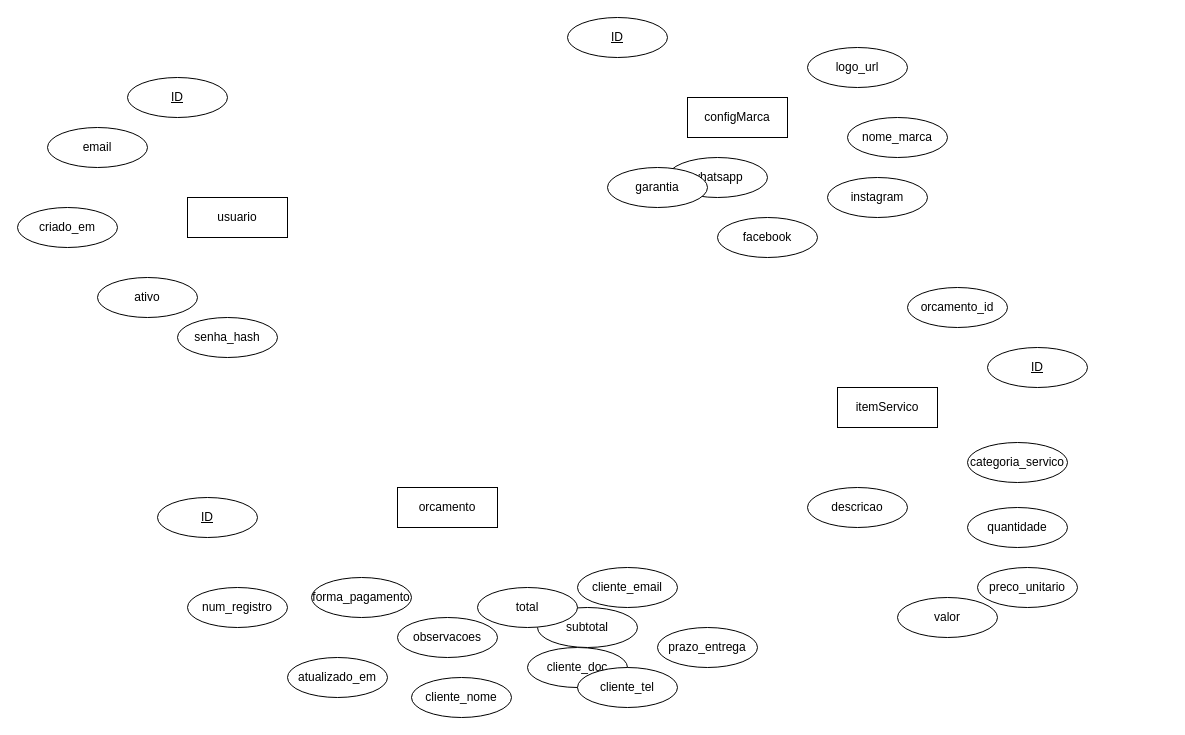
budkee/gestor_servicos keeps this draw.io diagram as page "modelagem_conceitual" (1 of 2) of modelagem.drawio. Above is the earlier version. Source tidied: cells renumbered, new cells numbered last; positions are measured from the earlier drawing's top-left corner, leaving out a move shared by most shapes. Both pictures are drawn from the tidied source at 100%, with x=0, y=0 at pixel (17, 17).
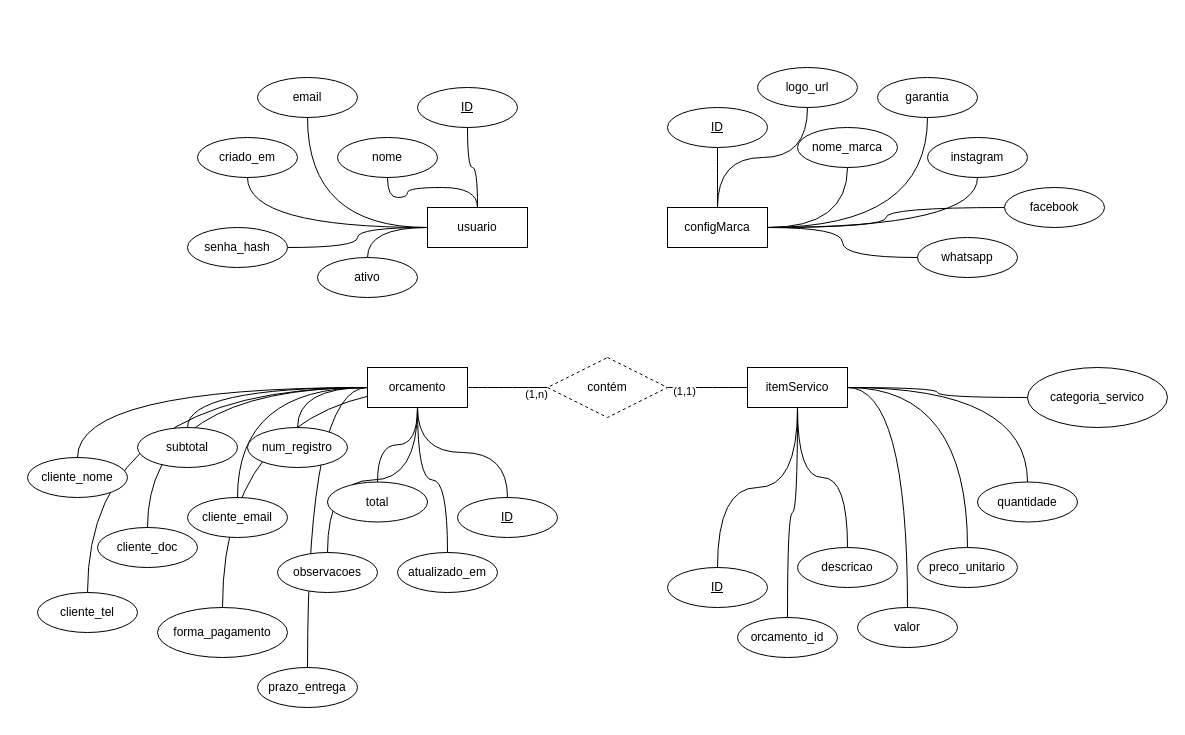
The same page after the edit.

The edit, as a diff of the source:
```diff
@@
+    <mxCell id="37" style="edgeStyle=orthogonalEdgeStyle;rounded=0;jettySize=auto;html=1;endArrow=none;endFill=0;curved=1;" parent="1" edge="1" source="2" target="5">
+      <mxGeometry relative="1" as="geometry" />
+    </mxCell>
+    <mxCell id="38" style="edgeStyle=orthogonalEdgeStyle;curved=1;rounded=0;jettySize=auto;html=1;endArrow=none;endFill=0;" parent="1" edge="1" source="2" target="8">
+      <mxGeometry relative="1" as="geometry" />
+    </mxCell>
+    <mxCell id="39" style="edgeStyle=orthogonalEdgeStyle;curved=1;rounded=0;jettySize=auto;html=1;endArrow=none;endFill=0;" parent="1" edge="1" source="2" target="9">
+      <mxGeometry relative="1" as="geometry" />
+    </mxCell>
+    <mxCell id="40" style="edgeStyle=orthogonalEdgeStyle;curved=1;rounded=0;jettySize=auto;html=1;entryX=0.5;entryY=1;entryDx=0;entryDy=0;endArrow=none;endFill=0;" parent="1" edge="1" source="2" target="10">
+      <mxGeometry relative="1" as="geometry" />
+    </mxCell>
+    <mxCell id="41" style="edgeStyle=orthogonalEdgeStyle;curved=1;rounded=0;jettySize=auto;html=1;endArrow=none;endFill=0;" parent="1" edge="1" source="2" target="11">
+      <mxGeometry relative="1" as="geometry" />
+    </mxCell>
+    <mxCell id="42" style="edgeStyle=orthogonalEdgeStyle;shape=wire;curved=1;rounded=0;jettySize=auto;html=1;entryX=0.5;entryY=1;entryDx=0;entryDy=0;dashed=1;endArrow=none;endFill=0;" parent="1" edge="1" source="2" target="74">
+      <mxGeometry relative="1" as="geometry" />
+    </mxCell>
     <mxCell id="2" value="usuario" style="whiteSpace=wrap;html=1;align=center;" parent="1" vertex="1">
-      <mxGeometry x="170" y="180" width="100" height="40" as="geometry" />
+      <mxGeometry x="410" y="190" width="100" height="40" as="geometry" />
     </mxCell>
+    <mxCell id="43" style="edgeStyle=orthogonalEdgeStyle;shape=wire;curved=1;rounded=0;jettySize=auto;html=1;dashed=1;endArrow=none;endFill=0;" parent="1" edge="1" source="3" target="6">
+      <mxGeometry relative="1" as="geometry" />
+    </mxCell>
+    <mxCell id="44" style="edgeStyle=orthogonalEdgeStyle;shape=wire;curved=1;rounded=0;jettySize=auto;html=1;dashed=1;endArrow=none;endFill=0;" parent="1" edge="1" source="3" target="16">
+      <mxGeometry relative="1" as="geometry" />
+    </mxCell>
+    <mxCell id="45" style="edgeStyle=orthogonalEdgeStyle;shape=wire;curved=1;rounded=0;jettySize=auto;html=1;dashed=1;endArrow=none;endFill=0;" parent="1" edge="1" target="18">
+      <mxGeometry relative="1" as="geometry">
+        <mxPoint x="430" y="370" as="sourcePoint" />
+      </mxGeometry>
+    </mxCell>
+    <mxCell id="46" style="edgeStyle=orthogonalEdgeStyle;shape=wire;curved=1;rounded=0;jettySize=auto;html=1;dashed=1;endArrow=none;endFill=0;" parent="1" edge="1" source="3" target="19">
+      <mxGeometry relative="1" as="geometry" />
+    </mxCell>
+    <mxCell id="47" style="edgeStyle=orthogonalEdgeStyle;shape=wire;curved=1;rounded=0;jettySize=auto;html=1;dashed=1;endArrow=none;endFill=0;" parent="1" edge="1" source="3" target="13">
+      <mxGeometry relative="1" as="geometry" />
+    </mxCell>
+    <mxCell id="48" style="edgeStyle=orthogonalEdgeStyle;shape=wire;curved=1;rounded=0;jettySize=auto;html=1;dashed=1;endArrow=none;endFill=0;" parent="1" edge="1" source="3" target="12">
+      <mxGeometry relative="1" as="geometry" />
+    </mxCell>
+    <mxCell id="49" style="edgeStyle=orthogonalEdgeStyle;shape=wire;curved=1;rounded=0;jettySize=auto;html=1;dashed=1;endArrow=none;endFill=0;" parent="1" edge="1" source="3" target="22">
+      <mxGeometry relative="1" as="geometry" />
+    </mxCell>
+    <mxCell id="50" style="edgeStyle=orthogonalEdgeStyle;shape=wire;curved=1;rounded=0;jettySize=auto;html=1;dashed=1;endArrow=none;endFill=0;" parent="1" edge="1" source="3" target="21">
+      <mxGeometry relative="1" as="geometry" />
+    </mxCell>
+    <mxCell id="51" style="edgeStyle=orthogonalEdgeStyle;shape=wire;curved=1;rounded=0;jettySize=auto;html=1;dashed=1;endArrow=none;endFill=0;" parent="1" edge="1" source="3" target="14">
+      <mxGeometry relative="1" as="geometry" />
+    </mxCell>
+    <mxCell id="52" style="edgeStyle=orthogonalEdgeStyle;shape=wire;curved=1;rounded=0;jettySize=auto;html=1;dashed=1;endArrow=none;endFill=0;" parent="1" edge="1" source="3" target="20">
+      <mxGeometry relative="1" as="geometry" />
+    </mxCell>
+    <mxCell id="53" style="edgeStyle=orthogonalEdgeStyle;shape=wire;curved=1;rounded=0;jettySize=auto;html=1;dashed=1;endArrow=none;endFill=0;" parent="1" edge="1" source="3" target="17">
+      <mxGeometry relative="1" as="geometry" />
+    </mxCell>
+    <mxCell id="54" style="edgeStyle=orthogonalEdgeStyle;shape=wire;curved=1;rounded=0;jettySize=auto;html=1;dashed=1;endArrow=none;endFill=0;" parent="1" edge="1" source="3" target="15">
+      <mxGeometry relative="1" as="geometry" />
+    </mxCell>
+    <mxCell id="55" style="edgeStyle=orthogonalEdgeStyle;shape=wire;curved=1;rounded=0;jettySize=auto;html=1;entryX=0;entryY=0.5;entryDx=0;entryDy=0;dashed=1;endArrow=none;endFill=0;" parent="1" edge="1" source="3" target="73">
+      <mxGeometry relative="1" as="geometry" />
+    </mxCell>
+    <mxCell id="56" value="(1,n)" style="edgeLabel;html=1;align=center;verticalAlign=middle;dashed=1;" parent="55" vertex="1">
+      <mxGeometry x="0.7" y="-6" relative="1" as="geometry" />
+    </mxCell>
     <mxCell id="3" value="orcamento" style="whiteSpace=wrap;html=1;align=center;" parent="1" vertex="1">
-      <mxGeometry x="380" y="470" width="100" height="40" as="geometry" />
+      <mxGeometry x="350" y="350" width="100" height="40" as="geometry" />
     </mxCell>
+    <mxCell id="57" style="edgeStyle=orthogonalEdgeStyle;shape=wire;curved=1;rounded=0;jettySize=auto;html=1;dashed=1;endArrow=none;endFill=0;" parent="1" edge="1" source="4" target="7">
+      <mxGeometry relative="1" as="geometry" />
+    </mxCell>
+    <mxCell id="58" style="edgeStyle=orthogonalEdgeStyle;shape=wire;curved=1;rounded=0;jettySize=auto;html=1;dashed=1;endArrow=none;endFill=0;" parent="1" edge="1" source="4" target="25">
+      <mxGeometry relative="1" as="geometry" />
+    </mxCell>
+    <mxCell id="59" style="edgeStyle=orthogonalEdgeStyle;shape=wire;curved=1;rounded=0;jettySize=auto;html=1;dashed=1;endArrow=none;endFill=0;" parent="1" edge="1" source="4" target="26">
+      <mxGeometry relative="1" as="geometry" />
+    </mxCell>
+    <mxCell id="60" style="edgeStyle=orthogonalEdgeStyle;shape=wire;curved=1;rounded=0;jettySize=auto;html=1;dashed=1;endArrow=none;endFill=0;" parent="1" edge="1" source="4" target="27">
+      <mxGeometry relative="1" as="geometry" />
+    </mxCell>
+    <mxCell id="61" style="edgeStyle=orthogonalEdgeStyle;shape=wire;curved=1;rounded=0;jettySize=auto;html=1;dashed=1;endArrow=none;endFill=0;" parent="1" edge="1" source="4" target="29">
+      <mxGeometry relative="1" as="geometry" />
+    </mxCell>
+    <mxCell id="62" style="edgeStyle=orthogonalEdgeStyle;shape=wire;curved=1;rounded=0;jettySize=auto;html=1;dashed=1;endArrow=none;endFill=0;" parent="1" edge="1" source="4" target="30">
+      <mxGeometry relative="1" as="geometry" />
+    </mxCell>
+    <mxCell id="63" style="edgeStyle=orthogonalEdgeStyle;shape=wire;curved=1;rounded=0;jettySize=auto;html=1;dashed=1;endArrow=none;endFill=0;" parent="1" edge="1" source="4" target="28">
+      <mxGeometry relative="1" as="geometry" />
+    </mxCell>
     <mxCell id="4" value="itemServico" style="whiteSpace=wrap;html=1;align=center;" parent="1" vertex="1">
-      <mxGeometry x="820" y="370" width="100" height="40" as="geometry" />
+      <mxGeometry x="730" y="350" width="100" height="40" as="geometry" />
     </mxCell>
     <mxCell id="5" value="ID" style="ellipse;whiteSpace=wrap;html=1;align=center;fontStyle=4;" parent="1" vertex="1">
-      <mxGeometry x="110" y="60" width="100" height="40" as="geometry" />
+      <mxGeometry x="400" y="70" width="100" height="40" as="geometry" />
     </mxCell>
     <mxCell id="6" value="ID" style="ellipse;whiteSpace=wrap;html=1;align=center;fontStyle=4;" parent="1" vertex="1">
-      <mxGeometry x="140" y="480" width="100" height="40" as="geometry" />
+      <mxGeometry x="440" y="480" width="100" height="40" as="geometry" />
     </mxCell>
     <mxCell id="7" value="ID" style="ellipse;whiteSpace=wrap;html=1;align=center;fontStyle=4;" parent="1" vertex="1">
-      <mxGeometry x="970" y="330" width="100" height="40" as="geometry" />
+      <mxGeometry x="650" y="550" width="100" height="40" as="geometry" />
     </mxCell>
     <mxCell id="8" value="email" style="ellipse;whiteSpace=wrap;html=1;align=center;" parent="1" vertex="1">
-      <mxGeometry x="30" y="110" width="100" height="40" as="geometry" />
+      <mxGeometry x="240" y="60" width="100" height="40" as="geometry" />
     </mxCell>
     <mxCell id="9" value="senha_hash" style="ellipse;whiteSpace=wrap;html=1;align=center;" parent="1" vertex="1">
-      <mxGeometry x="160" y="300" width="100" height="40" as="geometry" />
+      <mxGeometry x="170" y="210" width="100" height="40" as="geometry" />
     </mxCell>
     <mxCell id="10" value="criado_em" style="ellipse;whiteSpace=wrap;html=1;align=center;" parent="1" vertex="1">
-      <mxGeometry y="190" width="100" height="40" as="geometry" />
+      <mxGeometry x="180" y="120" width="100" height="40" as="geometry" />
     </mxCell>
     <mxCell id="11" value="ativo" style="ellipse;whiteSpace=wrap;html=1;align=center;" parent="1" vertex="1">
-      <mxGeometry x="80" y="260" width="100" height="40" as="geometry" />
+      <mxGeometry x="300" y="240" width="100" height="40" as="geometry" />
     </mxCell>
     <mxCell id="12" value="num_registro" style="ellipse;whiteSpace=wrap;html=1;align=center;" parent="1" vertex="1">
-      <mxGeometry x="170" y="570" width="100" height="40" as="geometry" />
+      <mxGeometry x="230" y="410" width="100" height="40" as="geometry" />
     </mxCell>
     <mxCell id="13" value="atualizado_em" style="ellipse;whiteSpace=wrap;html=1;align=center;" parent="1" vertex="1">
-      <mxGeometry x="270" y="640" width="100" height="40" as="geometry" />
+      <mxGeometry x="380" y="535" width="100" height="40" as="geometry" />
     </mxCell>
     <mxCell id="14" value="cliente_nome" style="ellipse;whiteSpace=wrap;html=1;align=center;" parent="1" vertex="1">
-      <mxGeometry x="394" y="660" width="100" height="40" as="geometry" />
+      <mxGeometry x="10" y="440" width="100" height="40" as="geometry" />
     </mxCell>
     <mxCell id="15" value="cliente_doc" style="ellipse;whiteSpace=wrap;html=1;align=center;" parent="1" vertex="1">
-      <mxGeometry x="510" y="630" width="100" height="40" as="geometry" />
+      <mxGeometry x="80" y="510" width="100" height="40" as="geometry" />
     </mxCell>
     <mxCell id="16" value="cliente_email" style="ellipse;whiteSpace=wrap;html=1;align=center;" parent="1" vertex="1">
-      <mxGeometry x="560" y="550" width="100" height="40" as="geometry" />
+      <mxGeometry x="170" y="480" width="100" height="40" as="geometry" />
     </mxCell>
     <mxCell id="17" value="cliente_tel" style="ellipse;whiteSpace=wrap;html=1;align=center;" parent="1" vertex="1">
-      <mxGeometry x="560" y="650" width="100" height="40" as="geometry" />
+      <mxGeometry x="20" y="575" width="100" height="40" as="geometry" />
     </mxCell>
     <mxCell id="18" value="forma_pagamento" style="ellipse;whiteSpace=wrap;html=1;align=center;" parent="1" vertex="1">
-      <mxGeometry x="294" y="560" width="100" height="40" as="geometry" />
+      <mxGeometry x="140" y="590" width="130" height="50" as="geometry" />
     </mxCell>
     <mxCell id="19" value="prazo_entrega" style="ellipse;whiteSpace=wrap;html=1;align=center;" parent="1" vertex="1">
-      <mxGeometry x="640" y="610" width="100" height="40" as="geometry" />
+      <mxGeometry x="240" y="650" width="100" height="40" as="geometry" />
     </mxCell>
     <mxCell id="20" value="subtotal" style="ellipse;whiteSpace=wrap;html=1;align=center;" parent="1" vertex="1">
-      <mxGeometry x="520" y="590" width="100" height="40" as="geometry" />
+      <mxGeometry x="120" y="410" width="100" height="40" as="geometry" />
     </mxCell>
     <mxCell id="21" value="total" style="ellipse;whiteSpace=wrap;html=1;align=center;" parent="1" vertex="1">
-      <mxGeometry x="460" y="570" width="100" height="40" as="geometry" />
+      <mxGeometry x="310" y="464.5" width="100" height="40" as="geometry" />
     </mxCell>
     <mxCell id="22" value="observacoes" style="ellipse;whiteSpace=wrap;html=1;align=center;" parent="1" vertex="1">
-      <mxGeometry x="380" y="600" width="100" height="40" as="geometry" />
+      <mxGeometry x="260" y="535" width="100" height="40" as="geometry" />
     </mxCell>
+    <mxCell id="64" style="edgeStyle=orthogonalEdgeStyle;curved=1;rounded=0;jettySize=auto;html=1;endArrow=none;endFill=0;" parent="1" edge="1" source="23" target="24">
+      <mxGeometry relative="1" as="geometry" />
+    </mxCell>
+    <mxCell id="65" style="edgeStyle=orthogonalEdgeStyle;curved=1;rounded=0;jettySize=auto;html=1;endArrow=none;endFill=0;" parent="1" edge="1" source="23" target="31">
+      <mxGeometry relative="1" as="geometry" />
+    </mxCell>
+    <mxCell id="66" style="edgeStyle=orthogonalEdgeStyle;shape=wire;curved=1;rounded=0;jettySize=auto;html=1;dashed=1;endArrow=none;endFill=0;" parent="1" edge="1" source="23" target="32">
+      <mxGeometry relative="1" as="geometry" />
+    </mxCell>
+    <mxCell id="67" style="edgeStyle=orthogonalEdgeStyle;shape=wire;curved=1;rounded=0;jettySize=auto;html=1;dashed=1;endArrow=none;endFill=0;" parent="1" edge="1" source="23" target="34">
+      <mxGeometry relative="1" as="geometry" />
+    </mxCell>
+    <mxCell id="68" style="edgeStyle=orthogonalEdgeStyle;shape=wire;curved=1;rounded=0;jettySize=auto;html=1;dashed=1;endArrow=none;endFill=0;" parent="1" edge="1" source="23" target="35">
+      <mxGeometry relative="1" as="geometry" />
+    </mxCell>
+    <mxCell id="69" style="edgeStyle=orthogonalEdgeStyle;shape=wire;curved=1;rounded=0;jettySize=auto;html=1;dashed=1;endArrow=none;endFill=0;" parent="1" edge="1" source="23" target="33">
+      <mxGeometry relative="1" as="geometry" />
+    </mxCell>
+    <mxCell id="70" style="edgeStyle=orthogonalEdgeStyle;shape=wire;curved=1;rounded=0;jettySize=auto;html=1;dashed=1;endArrow=none;endFill=0;" parent="1" edge="1" source="23" target="36">
+      <mxGeometry relative="1" as="geometry" />
+    </mxCell>
     <mxCell id="23" value="configMarca" style="whiteSpace=wrap;html=1;align=center;" parent="1" vertex="1">
-      <mxGeometry x="670" y="80" width="100" height="40" as="geometry" />
+      <mxGeometry x="650" y="190" width="100" height="40" as="geometry" />
     </mxCell>
     <mxCell id="24" value="ID" style="ellipse;whiteSpace=wrap;html=1;align=center;fontStyle=4;" parent="1" vertex="1">
-      <mxGeometry x="550" width="100" height="40" as="geometry" />
+      <mxGeometry x="650" y="90" width="100" height="40" as="geometry" />
     </mxCell>
     <mxCell id="25" value="orcamento_id" style="ellipse;whiteSpace=wrap;html=1;align=center;" parent="1" vertex="1">
-      <mxGeometry x="890" y="270" width="100" height="40" as="geometry" />
+      <mxGeometry x="720" y="600" width="100" height="40" as="geometry" />
     </mxCell>
-    <mxCell id="26" value="categoria_servico" style="ellipse;whiteSpace=wrap;html=1;align=center;" parent="1" vertex="1">
-      <mxGeometry x="950" y="425" width="100" height="40" as="geometry" />
-    </mxCell>
     <mxCell id="27" value="quantidade" style="ellipse;whiteSpace=wrap;html=1;align=center;" parent="1" vertex="1">
-      <mxGeometry x="950" y="490" width="100" height="40" as="geometry" />
+      <mxGeometry x="960" y="464.5" width="100" height="40" as="geometry" />
     </mxCell>
     <mxCell id="28" value="descricao" style="ellipse;whiteSpace=wrap;html=1;align=center;" parent="1" vertex="1">
-      <mxGeometry x="790" y="470" width="100" height="40" as="geometry" />
+      <mxGeometry x="780" y="530" width="100" height="40" as="geometry" />
     </mxCell>
     <mxCell id="29" value="preco_unitario" style="ellipse;whiteSpace=wrap;html=1;align=center;" parent="1" vertex="1">
-      <mxGeometry x="960" y="550" width="100" height="40" as="geometry" />
+      <mxGeometry x="900" y="530" width="100" height="40" as="geometry" />
     </mxCell>
     <mxCell id="30" value="valor" style="ellipse;whiteSpace=wrap;html=1;align=center;" parent="1" vertex="1">
-      <mxGeometry x="880" y="580" width="100" height="40" as="geometry" />
+      <mxGeometry x="840" y="590" width="100" height="40" as="geometry" />
     </mxCell>
     <mxCell id="31" value="logo_url" style="ellipse;whiteSpace=wrap;html=1;align=center;" parent="1" vertex="1">
-      <mxGeometry x="790" y="30" width="100" height="40" as="geometry" />
+      <mxGeometry x="740" y="50" width="100" height="40" as="geometry" />
     </mxCell>
     <mxCell id="32" value="nome_marca" style="ellipse;whiteSpace=wrap;html=1;align=center;" parent="1" vertex="1">
-      <mxGeometry x="830" y="100" width="100" height="40" as="geometry" />
+      <mxGeometry x="780" y="110" width="100" height="40" as="geometry" />
     </mxCell>
     <mxCell id="33" value="whatsapp" style="ellipse;whiteSpace=wrap;html=1;align=center;" parent="1" vertex="1">
-      <mxGeometry x="650" y="140" width="100" height="40" as="geometry" />
+      <mxGeometry x="900" y="220" width="100" height="40" as="geometry" />
     </mxCell>
     <mxCell id="34" value="instagram" style="ellipse;whiteSpace=wrap;html=1;align=center;" parent="1" vertex="1">
-      <mxGeometry x="810" y="160" width="100" height="40" as="geometry" />
+      <mxGeometry x="910" y="120" width="100" height="40" as="geometry" />
     </mxCell>
     <mxCell id="35" value="facebook" style="ellipse;whiteSpace=wrap;html=1;align=center;" parent="1" vertex="1">
-      <mxGeometry x="700" y="200" width="100" height="40" as="geometry" />
+      <mxGeometry x="987" y="170" width="100" height="40" as="geometry" />
     </mxCell>
     <mxCell id="36" value="garantia" style="ellipse;whiteSpace=wrap;html=1;align=center;" parent="1" vertex="1">
-      <mxGeometry x="590" y="150" width="100" height="40" as="geometry" />
+      <mxGeometry x="860" y="60" width="100" height="40" as="geometry" />
     </mxCell>
+    <mxCell id="71" style="edgeStyle=orthogonalEdgeStyle;shape=wire;curved=1;rounded=0;jettySize=auto;html=1;dashed=1;endArrow=none;endFill=0;" parent="1" edge="1" source="73" target="4">
+      <mxGeometry relative="1" as="geometry" />
+    </mxCell>
+    <mxCell id="72" value="(1,1)" style="edgeLabel;html=1;align=center;verticalAlign=middle;dashed=1;" parent="71" vertex="1">
+      <mxGeometry x="-0.6" y="-3" relative="1" as="geometry" />
+    </mxCell>
+    <mxCell id="73" value="contém" style="shape=rhombus;perimeter=rhombusPerimeter;whiteSpace=wrap;html=1;align=center;dashed=1;" parent="1" vertex="1">
+      <mxGeometry x="530" y="340" width="120" height="60" as="geometry" />
+    </mxCell>
+    <mxCell id="74" value="nome" style="ellipse;whiteSpace=wrap;html=1;align=center;" parent="1" vertex="1">
+      <mxGeometry x="320" y="120" width="100" height="40" as="geometry" />
+    </mxCell>
+    <mxCell id="26" value="categoria_servico" style="ellipse;whiteSpace=wrap;html=1;align=center;" parent="1" vertex="1">
+      <mxGeometry x="1010" y="350" width="140" height="60" as="geometry" />
+    </mxCell>
```
